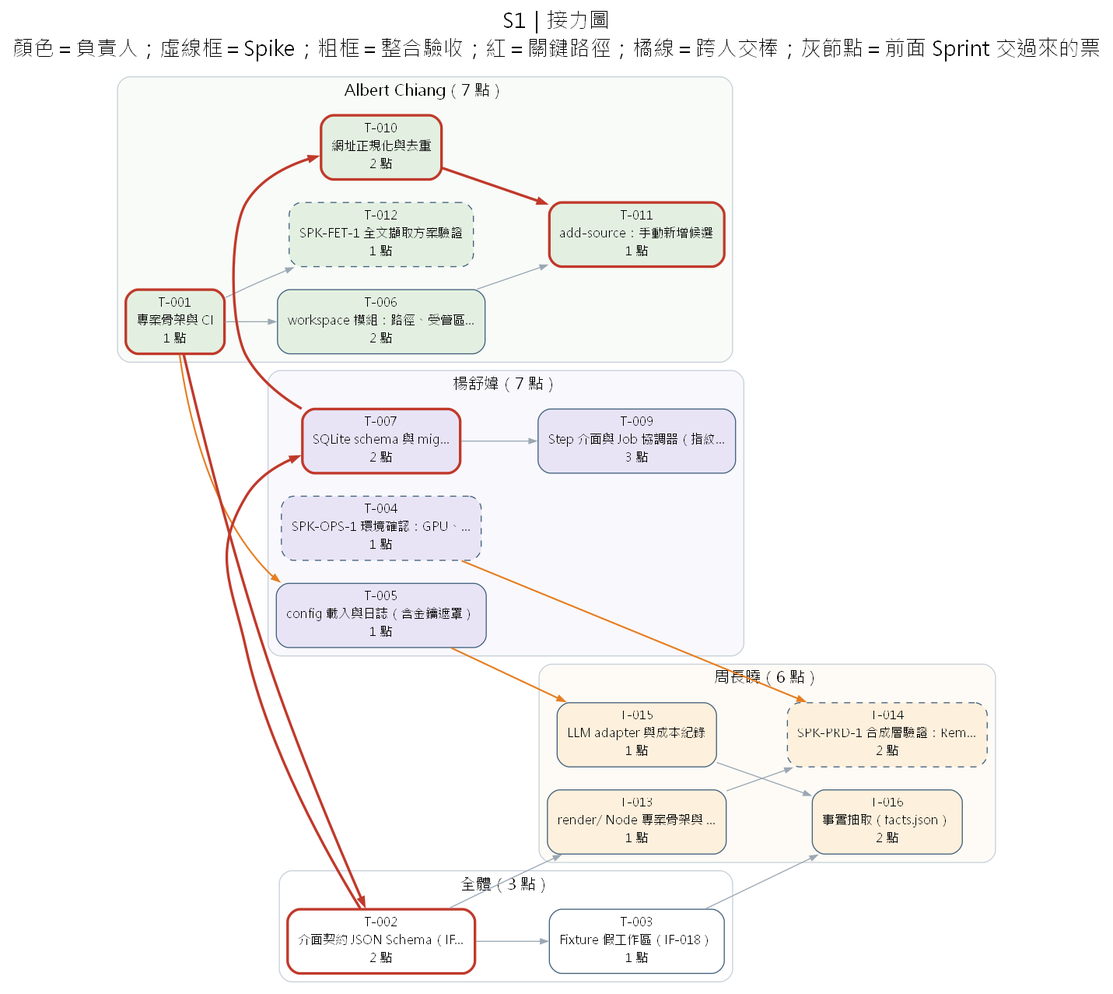
Before: docs/diagrams/dag-S1.png, a diagram exported from Graphviz (Zenobia000/AI_Media_Studio_content_pipe). Its source is kept beside it as docs/diagrams/dag-S1.dot. The source it was exported from:
```dot
digraph S {
graph [rankdir=LR, bgcolor="white", fontname="Microsoft JhengHei", fontsize=20, labelloc=t, nodesep=0.3, ranksep=0.7, label="S1｜接力圖
顏色＝負責人；虛線框＝Spike；粗框＝整合驗收；紅＝關鍵路徑；橘線＝跨人交棒；灰節點＝前面 Sprint 交過來的票"];
node [shape=box, style="rounded,filled", fontname="Microsoft JhengHei", fontsize=12, color="#42617d", margin="0.14,0.07"];
edge [color="#9aa7b3", arrowsize=0.7];
subgraph "cluster_Albert Chiang" { label="Albert Chiang（7 點）"; style="rounded,filled"; fillcolor="#e3f0e140"; color="#c7d0d9"; fontsize=15;
"T-001" [label="T-001
專案骨架與 CI
1 點", fillcolor="#e3f0e1", style="rounded,filled", penwidth=2.5, color="#c0392b"];
"T-006" [label="T-006
workspace 模組：路徑、受管區…
2 點", fillcolor="#e3f0e1", style="rounded,filled"];
"T-010" [label="T-010
網址正規化與去重
2 點", fillcolor="#e3f0e1", style="rounded,filled", penwidth=2.5, color="#c0392b"];
"T-011" [label="T-011
add-source：手動新增候選
1 點", fillcolor="#e3f0e1", style="rounded,filled", penwidth=2.5, color="#c0392b"];
"T-012" [label="T-012
SPK-FET-1 全文擷取方案驗證
1 點", fillcolor="#e3f0e1", style="rounded,filled,dashed"];
}
subgraph "cluster_周長曉" { label="周長曉（6 點）"; style="rounded,filled"; fillcolor="#fdf0dc40"; color="#c7d0d9"; fontsize=15;
"T-013" [label="T-013
render/ Node 專案骨架與 …
1 點", fillcolor="#fdf0dc", style="rounded,filled"];
"T-014" [label="T-014
SPK-PRD-1 合成層驗證：Rem…
2 點", fillcolor="#fdf0dc", style="rounded,filled,dashed"];
"T-015" [label="T-015
LLM adapter 與成本紀錄
1 點", fillcolor="#fdf0dc", style="rounded,filled"];
"T-016" [label="T-016
事實抽取（facts.json）
2 點", fillcolor="#fdf0dc", style="rounded,filled"];
}
subgraph "cluster_楊舒媁" { label="楊舒媁（7 點）"; style="rounded,filled"; fillcolor="#e8e4f640"; color="#c7d0d9"; fontsize=15;
"T-004" [label="T-004
SPK-OPS-1 環境確認：GPU、…
1 點", fillcolor="#e8e4f6", style="rounded,filled,dashed"];
"T-005" [label="T-005
config 載入與日誌（含金鑰遮罩）
1 點", fillcolor="#e8e4f6", style="rounded,filled"];
"T-007" [label="T-007
SQLite schema 與 mig…
2 點", fillcolor="#e8e4f6", style="rounded,filled", penwidth=2.5, color="#c0392b"];
"T-009" [label="T-009
Step 介面與 Job 協調器（指紋…
3 點", fillcolor="#e8e4f6", style="rounded,filled"];
}
subgraph "cluster_全體" { label="全體（3 點）"; style="rounded,filled"; fillcolor="#ffffff40"; color="#c7d0d9"; fontsize=15;
"T-002" [label="T-002
介面契約 JSON Schema（IF…
2 點", fillcolor="#ffffff", style="rounded,filled", penwidth=2.5, color="#c0392b"];
"T-003" [label="T-003
Fixture 假工作區（IF-018）
1 點", fillcolor="#ffffff", style="rounded,filled"];
}
"T-001" -> "T-002" [color="#c0392b", penwidth=2.5];
"T-002" -> "T-003";
"T-001" -> "T-005" [color="#e67e22", penwidth=1.6];
"T-001" -> "T-006";
"T-002" -> "T-007" [color="#c0392b", penwidth=2.5];
"T-007" -> "T-009";
"T-007" -> "T-010" [color="#c0392b", penwidth=2.5];
"T-010" -> "T-011" [color="#c0392b", penwidth=2.5];
"T-006" -> "T-011";
"T-001" -> "T-012";
"T-002" -> "T-013";
"T-004" -> "T-014" [color="#e67e22", penwidth=1.6];
"T-013" -> "T-014";
"T-005" -> "T-015" [color="#e67e22", penwidth=1.6];
"T-015" -> "T-016";
"T-003" -> "T-016";
}
```
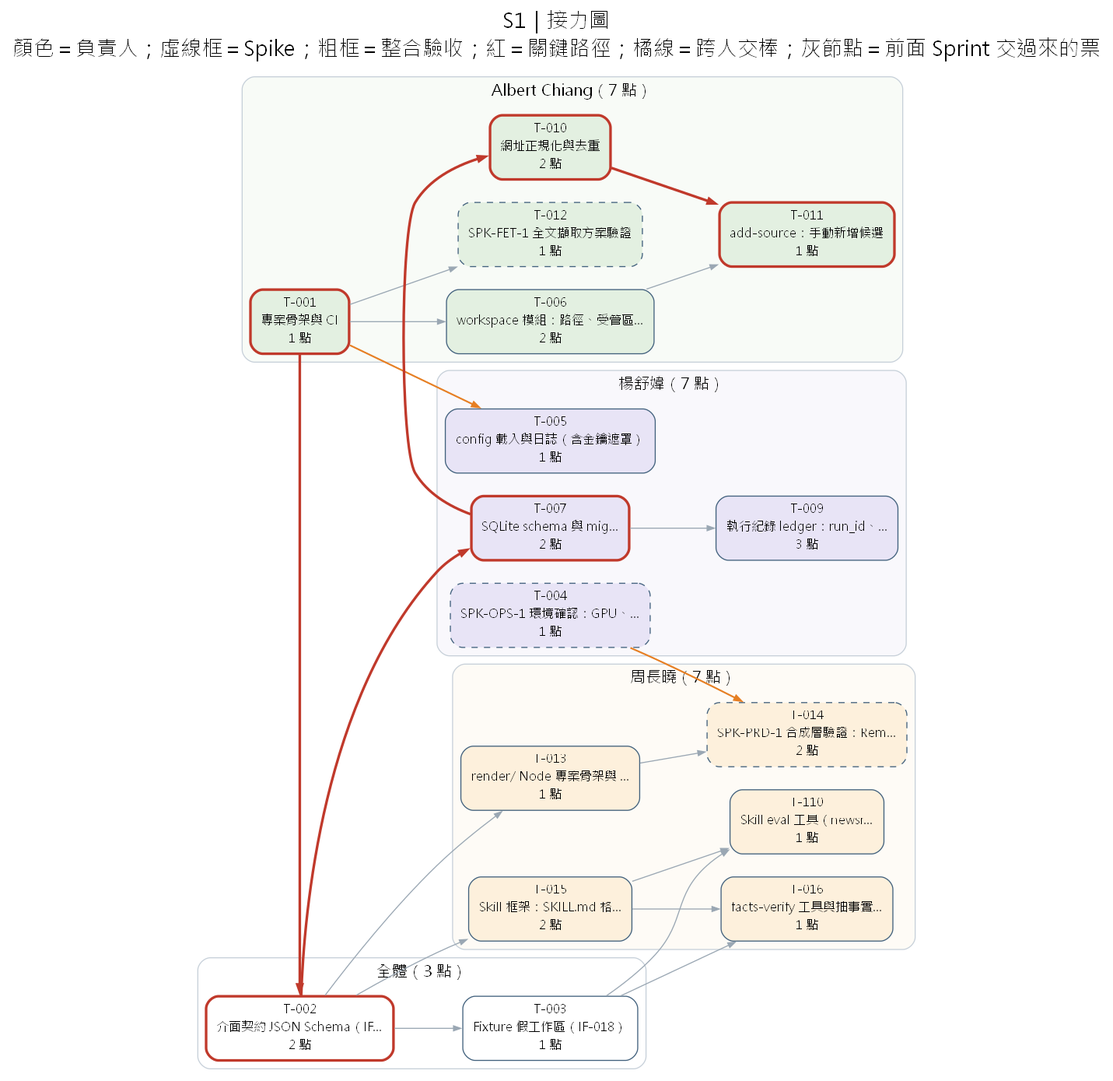
The same diagram one commit later.

The edit, as a diff of the source:
```diff
@@ -20,7 +20,7 @@
 SPK-FET-1 全文擷取方案驗證
 1 點", fillcolor="#e3f0e1", style="rounded,filled,dashed"];
 }
-subgraph "cluster_周長曉" { label="周長曉（6 點）"; style="rounded,filled"; fillcolor="#fdf0dc40"; color="#c7d0d9"; fontsize=15;
+subgraph "cluster_周長曉" { label="周長曉（7 點）"; style="rounded,filled"; fillcolor="#fdf0dc40"; color="#c7d0d9"; fontsize=15;
 "T-013" [label="T-013
 render/ Node 專案骨架與 …
 1 點", fillcolor="#fdf0dc", style="rounded,filled"];
@@ -28,11 +28,14 @@
 SPK-PRD-1 合成層驗證：Rem…
 2 點", fillcolor="#fdf0dc", style="rounded,filled,dashed"];
 "T-015" [label="T-015
-LLM adapter 與成本紀錄
+Skill 框架：SKILL.md 格…
+2 點", fillcolor="#fdf0dc", style="rounded,filled"];
+"T-016" [label="T-016
+facts-verify 工具與抽事實…
 1 點", fillcolor="#fdf0dc", style="rounded,filled"];
-"T-016" [label="T-016
-事實抽取（facts.json）
-2 點", fillcolor="#fdf0dc", style="rounded,filled"];
+"T-110" [label="T-110
+Skill eval 工具（newsr…
+1 點", fillcolor="#fdf0dc", style="rounded,filled"];
 }
 subgraph "cluster_楊舒媁" { label="楊舒媁（7 點）"; style="rounded,filled"; fillcolor="#e8e4f640"; color="#c7d0d9"; fontsize=15;
 "T-004" [label="T-004
@@ -45,7 +48,7 @@
 SQLite schema 與 mig…
 2 點", fillcolor="#e8e4f6", style="rounded,filled", penwidth=2.5, color="#c0392b"];
 "T-009" [label="T-009
-Step 介面與 Job 協調器（指紋…
+執行紀錄 ledger：run_id、…
 3 點", fillcolor="#e8e4f6", style="rounded,filled"];
 }
 subgraph "cluster_全體" { label="全體（3 點）"; style="rounded,filled"; fillcolor="#ffffff40"; color="#c7d0d9"; fontsize=15;
@@ -69,7 +72,9 @@
 "T-002" -> "T-013";
 "T-004" -> "T-014" [color="#e67e22", penwidth=1.6];
 "T-013" -> "T-014";
-"T-005" -> "T-015" [color="#e67e22", penwidth=1.6];
+"T-002" -> "T-015";
 "T-015" -> "T-016";
 "T-003" -> "T-016";
+"T-015" -> "T-110";
+"T-003" -> "T-110";
 }
```
